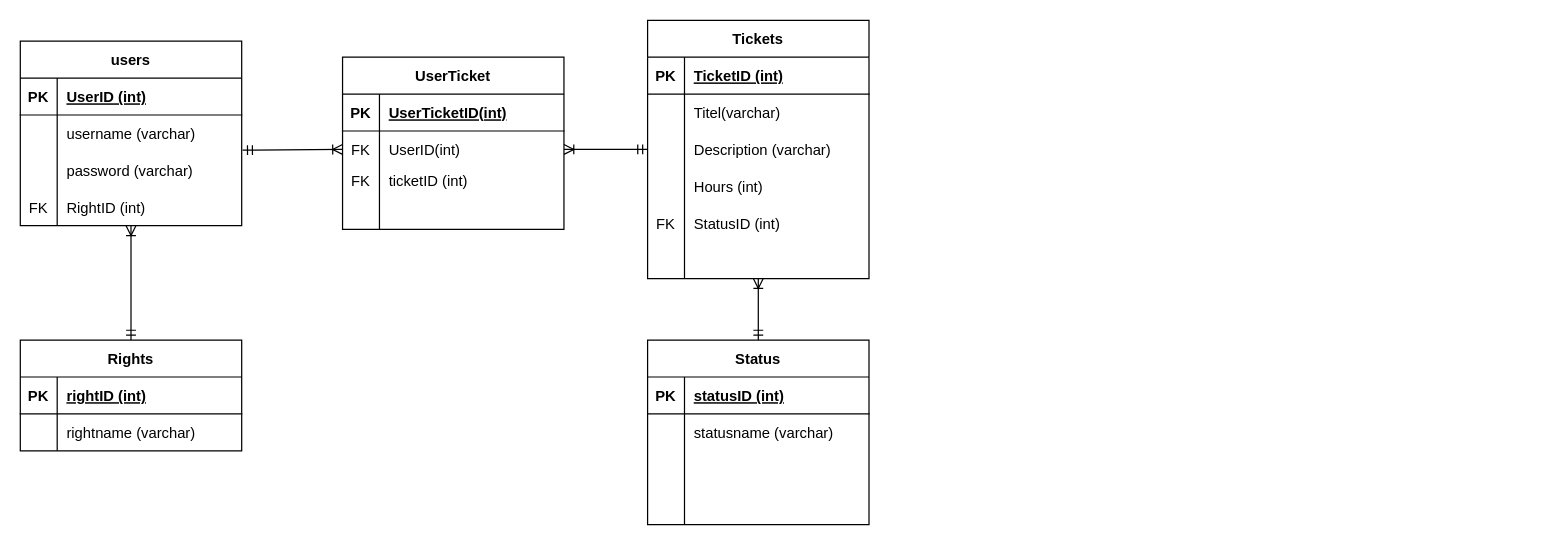
Above: ScrumBoardERD.drawio in AmrAdwan/ScrumBoard (draw.io), before the change. Source tidied: cells renumbered, new cells numbered last; positions are measured from the earlier drawing's top-left corner, leaving out a move shared by most shapes. Both pictures are drawn from the tidied source at 123%, with x=0, y=0 at pixel (20, 20).
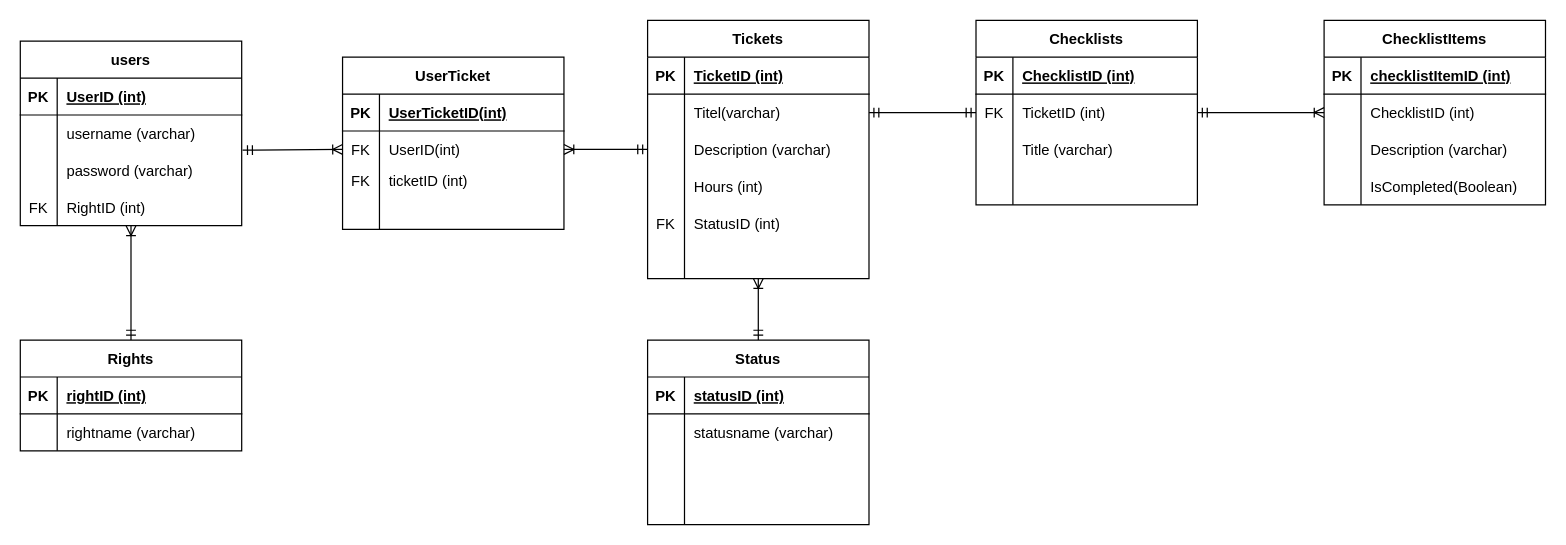
Above is the later version.

The change refers to these unchanged cells:
```xml
<mxCell id="42" style="shape=tableRow;horizontal=0;startSize=0;swimlaneHead=0;swimlaneBody=0;fillColor=none;points=[[0,0.5],[1,0.5]];portConstraint=eastwest;top=0;left=0;right=0;bottom=0;" parent="38" vertex="1">
  <mxGeometry y="60" width="180" height="30" as="geometry" />
</mxCell>
```

Change to the diagram source:
```diff
@@
+    <mxCell id="71" value="Checklists" style="shape=table;startSize=30;childLayout=tableLayout;rowLines=0;fontStyle=1;align=center;" parent="1" vertex="1">
+      <mxGeometry x="777" width="180" height="150" as="geometry" />
+    </mxCell>
+    <mxCell id="72" style="shape=tableRow;horizontal=0;startSize=0;swimlaneHead=0;swimlaneBody=0;fillColor=none;top=0;left=0;right=0;bottom=1;" parent="71" vertex="1">
+      <mxGeometry y="30" width="180" height="30" as="geometry" />
+    </mxCell>
+    <mxCell id="73" value="PK" style="shape=partialRectangle;fillColor=none;top=0;left=0;bottom=0;right=0;fontStyle=1;overflow=hidden;" parent="72" vertex="1">
+      <mxGeometry width="30" height="30" as="geometry" />
+    </mxCell>
+    <mxCell id="74" value="ChecklistID (int)" style="shape=partialRectangle;fillColor=none;top=0;left=0;bottom=0;right=0;align=left;spacingLeft=6;fontStyle=5;overflow=hidden;" parent="72" vertex="1">
+      <mxGeometry x="30" width="150" height="30" as="geometry" />
+    </mxCell>
+    <mxCell id="75" style="shape=tableRow;horizontal=0;startSize=0;swimlaneHead=0;swimlaneBody=0;fillColor=none;points=[[0,0.5],[1,0.5]];portConstraint=eastwest;top=0;left=0;right=0;bottom=0;" parent="71" vertex="1">
+      <mxGeometry y="60" width="180" height="30" as="geometry" />
+    </mxCell>
+    <mxCell id="76" value="FK" style="shape=partialRectangle;fillColor=none;top=0;left=0;bottom=0;right=0;overflow=hidden;" parent="75" vertex="1">
+      <mxGeometry width="30" height="30" as="geometry" />
+    </mxCell>
+    <mxCell id="77" value="TicketID (int)" style="shape=partialRectangle;fillColor=none;top=0;left=0;bottom=0;right=0;align=left;spacingLeft=6;overflow=hidden;" parent="75" vertex="1">
+      <mxGeometry x="30" width="150" height="30" as="geometry" />
+    </mxCell>
+    <mxCell id="78" style="shape=tableRow;horizontal=0;startSize=0;swimlaneHead=0;swimlaneBody=0;fillColor=none;top=0;left=0;right=0;bottom=0;" parent="71" vertex="1">
+      <mxGeometry y="90" width="180" height="30" as="geometry" />
+    </mxCell>
+    <mxCell id="79" style="shape=partialRectangle;fillColor=none;top=0;left=0;bottom=0;right=0;overflow=hidden;" parent="78" vertex="1">
+      <mxGeometry width="30" height="30" as="geometry" />
+    </mxCell>
+    <mxCell id="80" value="Title (varchar)" style="shape=partialRectangle;fillColor=none;top=0;left=0;bottom=0;right=0;align=left;spacingLeft=6;overflow=hidden;" parent="78" vertex="1">
+      <mxGeometry x="30" width="150" height="30" as="geometry" />
+    </mxCell>
+    <mxCell id="81" style="shape=tableRow;horizontal=0;startSize=0;swimlaneHead=0;swimlaneBody=0;fillColor=none;top=0;left=0;right=0;bottom=0;" parent="71" vertex="1">
+      <mxGeometry y="120" width="180" height="30" as="geometry" />
+    </mxCell>
+    <mxCell id="82" style="shape=partialRectangle;fillColor=none;top=0;left=0;bottom=0;right=0;overflow=hidden;" parent="81" vertex="1">
+      <mxGeometry width="30" height="30" as="geometry" />
+    </mxCell>
+    <mxCell id="83" style="shape=partialRectangle;fillColor=none;top=0;left=0;bottom=0;right=0;align=left;spacingLeft=6;overflow=hidden;" parent="81" vertex="1">
+      <mxGeometry x="30" width="150" height="30" as="geometry" />
+    </mxCell>
+    <mxCell id="84" style="endArrow=ERmandOne;html=1;rounded=0;entryX=0;entryY=0.5;entryDx=0;entryDy=0;exitX=1;exitY=0.5;exitDx=0;exitDy=0;startArrow=ERmandOne;startFill=0;endFill=0;" parent="1" edge="1" source="42" target="75">
+      <mxGeometry x="0.4" y="-29" relative="1" as="geometry" />
+    </mxCell>
+    <mxCell id="85" value="ChecklistItems" style="shape=table;startSize=30;childLayout=tableLayout;rowLines=0;fontStyle=1;align=center;" parent="1" vertex="1">
+      <mxGeometry x="1060" width="180" height="150" as="geometry" />
+    </mxCell>
+    <mxCell id="86" style="shape=tableRow;horizontal=0;startSize=0;swimlaneHead=0;swimlaneBody=0;fillColor=none;top=0;left=0;right=0;bottom=1;" parent="85" vertex="1">
+      <mxGeometry y="30" width="180" height="30" as="geometry" />
+    </mxCell>
+    <mxCell id="87" value="PK" style="shape=partialRectangle;fillColor=none;top=0;left=0;bottom=0;right=0;fontStyle=1;overflow=hidden;" parent="86" vertex="1">
+      <mxGeometry width="30" height="30" as="geometry" />
+    </mxCell>
+    <mxCell id="88" value="checklistItemID (int)" style="shape=partialRectangle;fillColor=none;top=0;left=0;bottom=0;right=0;align=left;spacingLeft=6;fontStyle=5;overflow=hidden;" parent="86" vertex="1">
+      <mxGeometry x="30" width="150" height="30" as="geometry" />
+    </mxCell>
+    <mxCell id="89" style="shape=tableRow;horizontal=0;startSize=0;swimlaneHead=0;swimlaneBody=0;fillColor=none;points=[[0,0.5],[1,0.5]];portConstraint=eastwest;top=0;left=0;right=0;bottom=0;" parent="85" vertex="1">
+      <mxGeometry y="60" width="180" height="30" as="geometry" />
+    </mxCell>
+    <mxCell id="90" style="shape=partialRectangle;fillColor=none;top=0;left=0;bottom=0;right=0;overflow=hidden;" parent="89" vertex="1">
+      <mxGeometry width="30" height="30" as="geometry" />
+    </mxCell>
+    <mxCell id="91" value="ChecklistID (int)" style="shape=partialRectangle;fillColor=none;top=0;left=0;bottom=0;right=0;align=left;spacingLeft=6;overflow=hidden;" parent="89" vertex="1">
+      <mxGeometry x="30" width="150" height="30" as="geometry" />
+    </mxCell>
+    <mxCell id="92" style="shape=tableRow;horizontal=0;startSize=0;swimlaneHead=0;swimlaneBody=0;fillColor=none;top=0;left=0;right=0;bottom=0;" parent="85" vertex="1">
+      <mxGeometry y="90" width="180" height="30" as="geometry" />
+    </mxCell>
+    <mxCell id="93" style="shape=partialRectangle;fillColor=none;top=0;left=0;bottom=0;right=0;overflow=hidden;" parent="92" vertex="1">
+      <mxGeometry width="30" height="30" as="geometry" />
+    </mxCell>
+    <mxCell id="94" value="Description (varchar)" style="shape=partialRectangle;fillColor=none;top=0;left=0;bottom=0;right=0;align=left;spacingLeft=6;overflow=hidden;" parent="92" vertex="1">
+      <mxGeometry x="30" width="150" height="30" as="geometry" />
+    </mxCell>
+    <mxCell id="95" style="shape=tableRow;horizontal=0;startSize=0;swimlaneHead=0;swimlaneBody=0;fillColor=none;top=0;left=0;right=0;bottom=0;" parent="85" vertex="1">
+      <mxGeometry y="120" width="180" height="30" as="geometry" />
+    </mxCell>
+    <mxCell id="96" style="shape=partialRectangle;fillColor=none;top=0;left=0;bottom=0;right=0;overflow=hidden;" parent="95" vertex="1">
+      <mxGeometry width="30" height="30" as="geometry" />
+    </mxCell>
+    <mxCell id="97" value="IsCompleted(Boolean)" style="shape=partialRectangle;fillColor=none;top=0;left=0;bottom=0;right=0;align=left;spacingLeft=6;overflow=hidden;" parent="95" vertex="1">
+      <mxGeometry x="30" width="150" height="30" as="geometry" />
+    </mxCell>
+    <mxCell id="98" style="edgeStyle=orthogonalEdgeStyle;rounded=0;jettySize=auto;html=1;exitX=0;exitY=0.5;exitDx=0;exitDy=0;entryX=1;entryY=0.5;entryDx=0;entryDy=0;startArrow=ERoneToMany;startFill=0;endArrow=ERmandOne;endFill=0;" parent="1" edge="1" source="89" target="75">
+      <mxGeometry relative="1" as="geometry" />
+    </mxCell>
```
